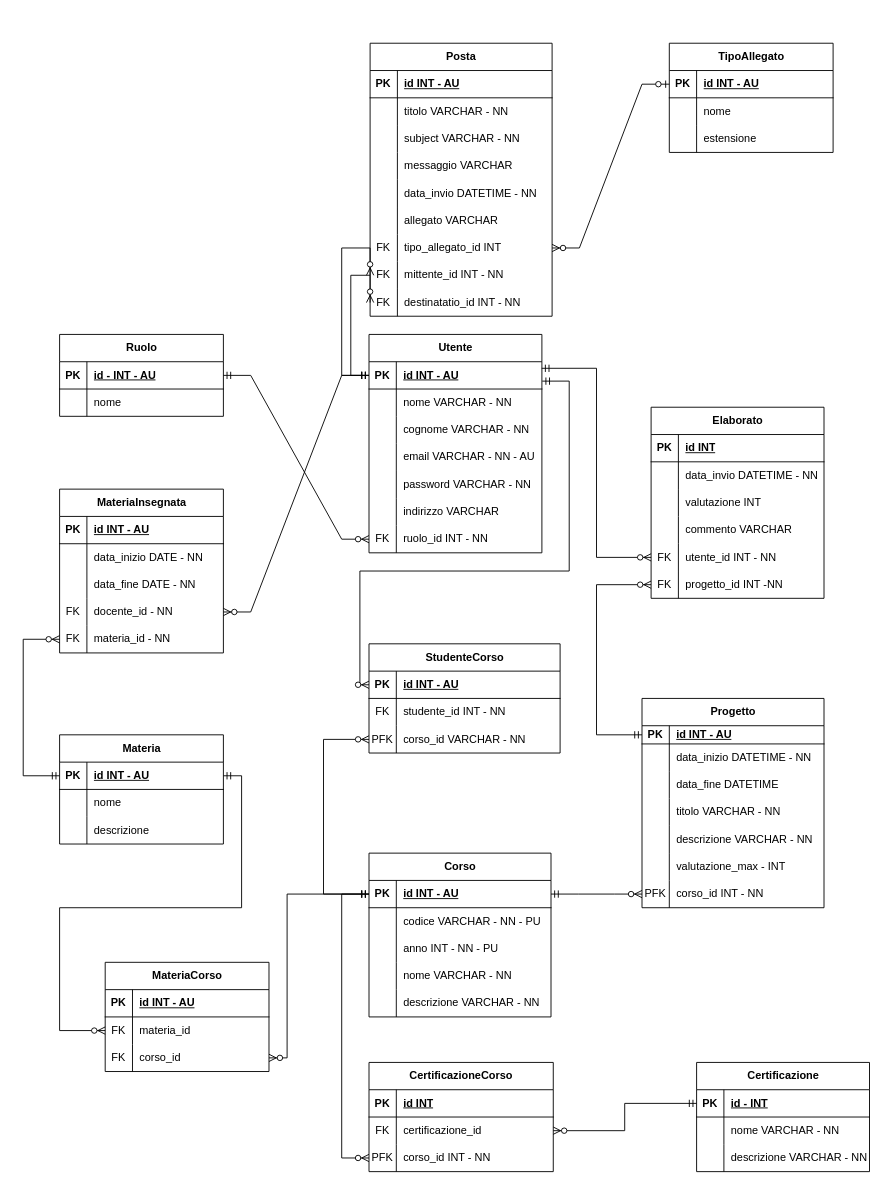
This is src/main/resources/static/Info_School_Logic.drawio from FabioSarci/InfoSchool, a draw.io file, before an edit. Source tidied: cells renumbered, new cells numbered last; positions are measured from the earlier drawing's top-left corner, leaving out a move shared by most shapes. Both pictures are drawn from the tidied source at 91%, with x=0, y=0 at pixel (23, 43).
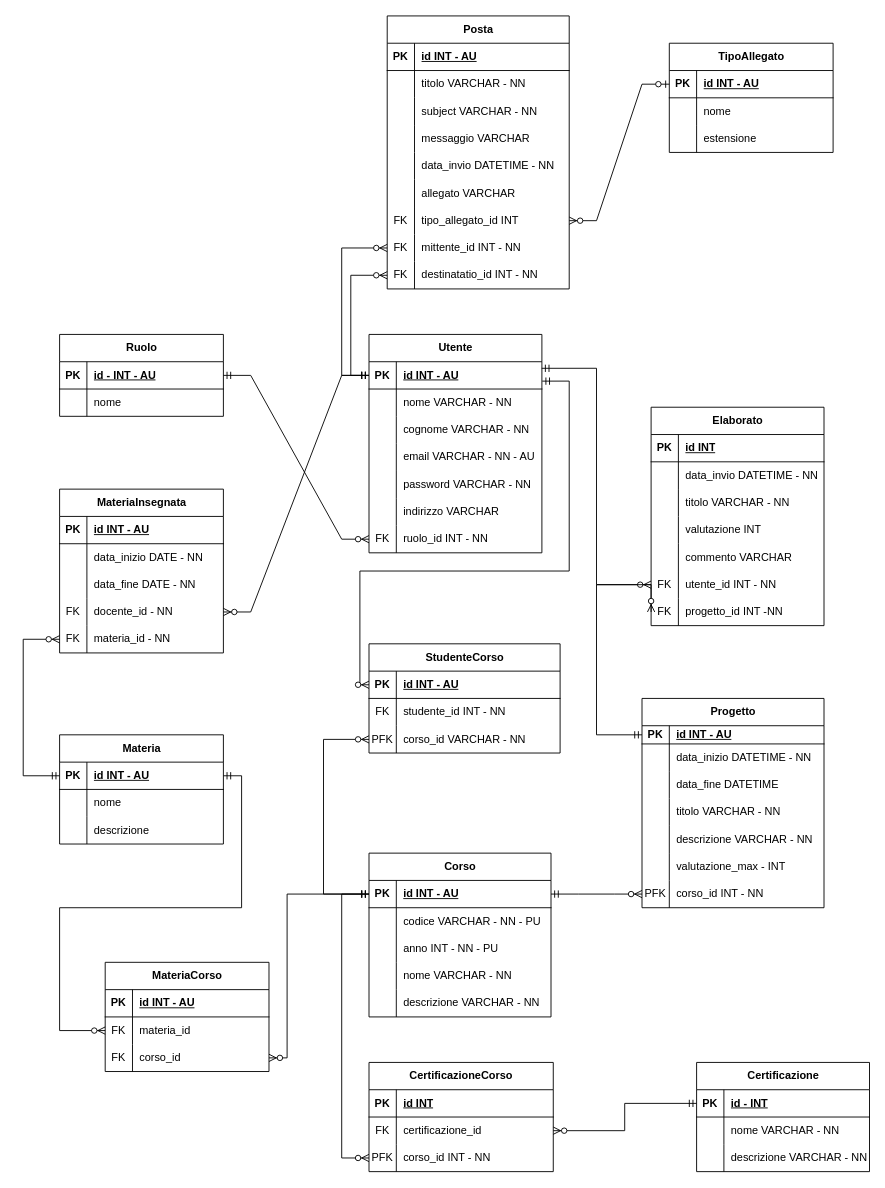
The same page after the edit.

Commit message (it also covers changes not shown here):
versione finale modelli

What changed in the source:
```diff
@@
     <mxCell id="65" value="Elaborato" style="shape=table;startSize=30;childLayout=tableLayout;rowLines=0;fontStyle=1;align=center;html=1;" parent="1" vertex="1">
-      <mxGeometry x="690" y="400" width="190" height="210" as="geometry" />
+      <mxGeometry x="690" y="400" width="190" height="240" as="geometry" />
     </mxCell>
@@
+    <mxCell id="207" style="shape=tableRow;horizontal=0;startSize=0;swimlaneHead=0;swimlaneBody=0;fillColor=none;top=0;left=0;right=0;bottom=0;" parent="65" vertex="1">
+      <mxGeometry y="90" width="190" height="30" as="geometry" />
+    </mxCell>
+    <mxCell id="208" style="shape=partialRectangle;fillColor=none;top=0;left=0;bottom=0;right=0;overflow=hidden;whiteSpace=wrap;html=1;" parent="207" vertex="1">
+      <mxGeometry width="30" height="30" as="geometry" />
+    </mxCell>
+    <mxCell id="209" value="titolo VARCHAR - NN" style="shape=partialRectangle;fillColor=none;top=0;left=0;bottom=0;right=0;align=left;spacingLeft=6;overflow=hidden;whiteSpace=wrap;html=1;" parent="207" vertex="1">
+      <mxGeometry x="30" width="160" height="30" as="geometry" />
+    </mxCell>
     <mxCell id="72" style="shape=tableRow;horizontal=0;startSize=0;swimlaneHead=0;swimlaneBody=0;fillColor=none;top=0;left=0;right=0;bottom=0;" parent="65" vertex="1">
-      <mxGeometry y="90" width="190" height="30" as="geometry" />
+      <mxGeometry y="120" width="190" height="30" as="geometry" />
     </mxCell>
@@
     <mxCell id="75" style="shape=tableRow;horizontal=0;startSize=0;swimlaneHead=0;swimlaneBody=0;fillColor=none;top=0;left=0;right=0;bottom=0;" parent="65" vertex="1">
-      <mxGeometry y="120" width="190" height="30" as="geometry" />
+      <mxGeometry y="150" width="190" height="30" as="geometry" />
     </mxCell>
@@
     <mxCell id="78" style="shape=tableRow;horizontal=0;startSize=0;swimlaneHead=0;swimlaneBody=0;fillColor=none;points=[[0,0.5],[1,0.5]];portConstraint=eastwest;top=0;left=0;right=0;bottom=0;" parent="65" vertex="1">
-      <mxGeometry y="150" width="190" height="30" as="geometry" />
+      <mxGeometry y="180" width="190" height="30" as="geometry" />
     </mxCell>
@@
     <mxCell id="81" style="shape=tableRow;horizontal=0;startSize=0;swimlaneHead=0;swimlaneBody=0;fillColor=none;points=[[0,0.5],[1,0.5]];portConstraint=eastwest;top=0;left=0;right=0;bottom=0;" parent="65" vertex="1">
-      <mxGeometry y="180" width="190" height="30" as="geometry" />
+      <mxGeometry y="210" width="190" height="30" as="geometry" />
     </mxCell>
@@
     <mxCell id="166" value="Posta" style="shape=table;startSize=30;childLayout=tableLayout;rowLines=0;fontStyle=1;align=center;html=1;" parent="1" vertex="1">
-      <mxGeometry x="381.2" width="200" height="300" as="geometry" />
+      <mxGeometry x="400" y="-30" width="200" height="300" as="geometry" />
     </mxCell>
```
